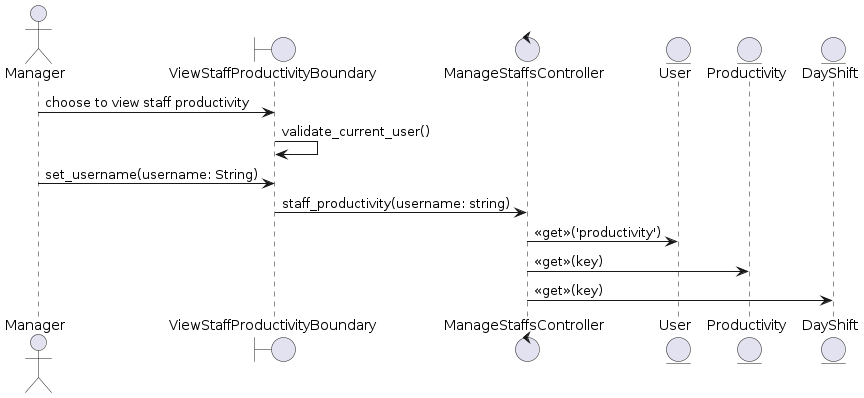
This is docs/UML/Sequence Diagrams/view-staff-productivity.png from LapTQ/MCT, a PlantUML export, as it was before one commit. The source it was exported from:
```plantuml
@startuml

actor Manager as A
boundary ViewStaffProductivityBoundary as B
control ManageStaffsController as C
entity User as E1
entity Productivity as E2
entity DayShift as E3

A -> B: choose to view staff productivity
B -> B: validate_current_user()
A -> B: set_username(username: String)
B -> C: staff_productivity(username: string)
C -> E1: <<get>>('productivity')
C -> E2: <<get>>(key)
C -> E3: <<get>>(key)

@enduml
```
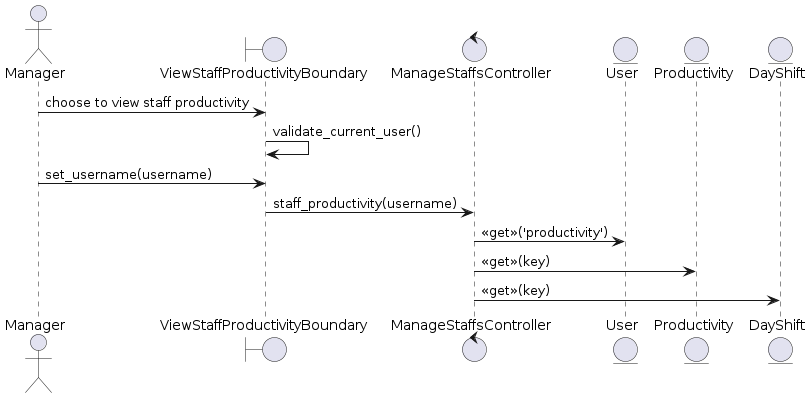
After the commit.

Change to the diagram source:
```diff
@@ -9,8 +9,8 @@
 
 A -> B: choose to view staff productivity
 B -> B: validate_current_user()
-A -> B: set_username(username: String)
-B -> C: staff_productivity(username: string)
+A -> B: set_username(username)
+B -> C: staff_productivity(username)
 C -> E1: <<get>>('productivity')
 C -> E2: <<get>>(key)
 C -> E3: <<get>>(key)
```
